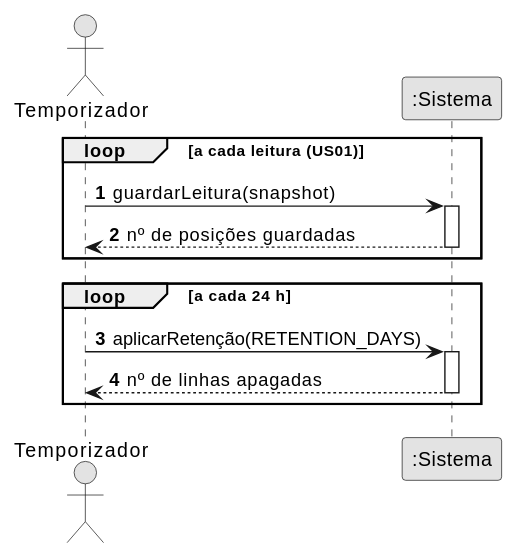
Above: docs/system-documentation/use-cases/US02/svg/ssd_us02.svg in miguelsiilva1/SkyTracer (PlantUML), before the change. Source of this version:
```plantuml
@startuml
autonumber
skinparam monochrome true
actor "Temporizador" as T
participant ":Sistema" as S

loop a cada leitura (US01)
  T -> S : guardarLeitura(snapshot)
  activate S
  S --> T : nº de posições guardadas
  deactivate S
end
loop a cada 24 h
  T -> S : aplicarRetenção(RETENTION_DAYS)
  activate S
  S --> T : nº de linhas apagadas
  deactivate S
end
@enduml
```
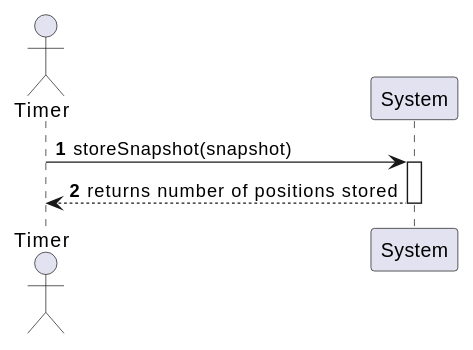
The same diagram one commit later.

Diff of the diagram source:
```diff
@@ -1,19 +1,10 @@
 @startuml
 autonumber
-skinparam monochrome true
-actor "Temporizador" as T
-participant ":Sistema" as S
+actor "Timer" as A
+participant "System" as S
 
-loop a cada leitura (US01)
-  T -> S : guardarLeitura(snapshot)
-  activate S
-  S --> T : nº de posições guardadas
-  deactivate S
-end
-loop a cada 24 h
-  T -> S : aplicarRetenção(RETENTION_DAYS)
-  activate S
-  S --> T : nº de linhas apagadas
-  deactivate S
-end
+A -> S : storeSnapshot(snapshot)
+activate S
+S --> A : returns number of positions stored
+deactivate S
 @enduml
```
